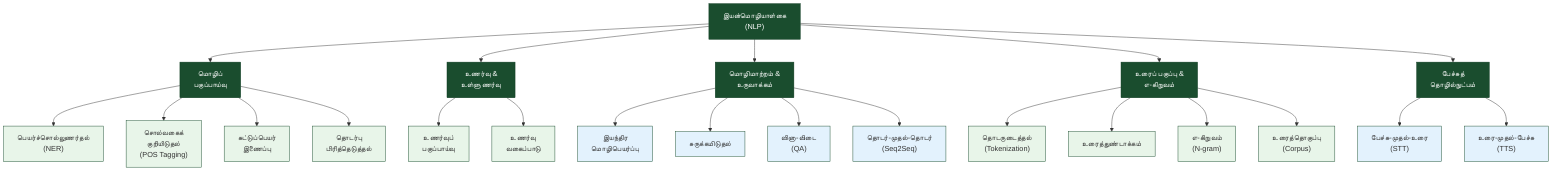
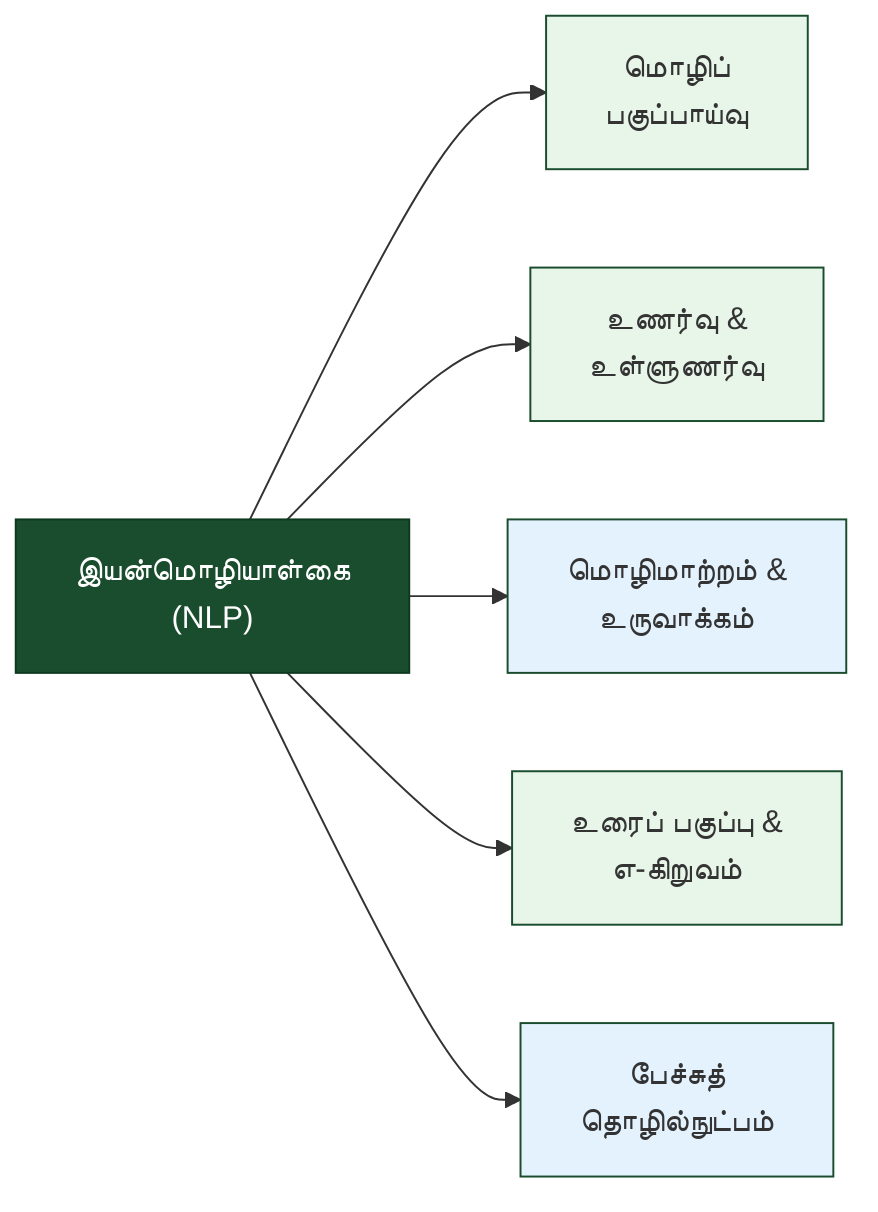
- flowchart TB
+ flowchart LR
    NLP["இயன்மொழியாள்கை<br/>(NLP)"] --> ANALYSIS["மொழிப்<br/>பகுப்பாய்வு"]
    NLP --> SENT["உணர்வு &<br/>உள்ளுணர்வு"]
    NLP --> GEN["மொழிமாற்றம் &<br/>உருவாக்கம்"]
    NLP --> TEXT["உரைப் பகுப்பு &<br/>எ-கிறுவம்"]
    NLP --> SPEECH["பேச்சுத்<br/>தொழில்நுட்பம்"]

-     ANALYSIS --> NER["பெயர்ச்சொல்லுணர்தல்<br/>(NER)"]
-     ANALYSIS --> POS["சொல்வகைக்<br/>குறியிடுதல்<br/>(POS Tagging)"]
-     ANALYSIS --> COREF["சுட்டுப்பெயர்<br/>இணைப்பு"]
-     ANALYSIS --> REL["தொடர்பு<br/>பிரித்தெடுத்தல்"]
- 
-     SENT --> SA["உணர்வுப்<br/>பகுப்பாய்வு"]
-     SENT --> EC["உணர்வு<br/>வகைப்பாடு"]
- 
-     GEN --> MT["இயந்திர<br/>மொழிபெயர்ப்பு"]
-     GEN --> SUM["சுருக்கமிடுதல்"]
-     GEN --> QA["வினா-விடை<br/>(QA)"]
-     GEN --> SEQ["தொடர்-முதல்-தொடர்<br/>(Seq2Seq)"]
- 
-     TEXT --> TOK["தொடருடைத்தல்<br/>(Tokenization)"]
-     TEXT --> CHUNK["உரைத்துண்டாக்கம்"]
-     TEXT --> NGRAM["எ-கிறுவம்<br/>(N-gram)"]
-     TEXT --> CORPUS["உரைத்தொகுப்பு<br/>(Corpus)"]
- 
-     SPEECH --> STT["பேச்சு-முதல்-உரை<br/>(STT)"]
-     SPEECH --> TTS["உரை-முதல்-பேச்சு<br/>(TTS)"]
- 
    style NLP fill:#1a4d2e,stroke:#0d3a1f,color:#fff
-     style ANALYSIS fill:#1a4d2e,stroke:#0d3a1f,color:#fff
-     style SENT fill:#1a4d2e,stroke:#0d3a1f,color:#fff
-     style GEN fill:#1a4d2e,stroke:#0d3a1f,color:#fff
-     style TEXT fill:#1a4d2e,stroke:#0d3a1f,color:#fff
-     style SPEECH fill:#1a4d2e,stroke:#0d3a1f,color:#fff
-     style NER fill:#e8f5e9,stroke:#1a4d2e
-     style POS fill:#e8f5e9,stroke:#1a4d2e
-     style COREF fill:#e8f5e9,stroke:#1a4d2e
-     style REL fill:#e8f5e9,stroke:#1a4d2e
-     style SA fill:#e8f5e9,stroke:#1a4d2e
-     style EC fill:#e8f5e9,stroke:#1a4d2e
-     style MT fill:#e3f2fd,stroke:#1a4d2e
-     style SUM fill:#e3f2fd,stroke:#1a4d2e
-     style QA fill:#e3f2fd,stroke:#1a4d2e
-     style SEQ fill:#e3f2fd,stroke:#1a4d2e
-     style TOK fill:#e8f5e9,stroke:#1a4d2e
-     style CHUNK fill:#e8f5e9,stroke:#1a4d2e
-     style NGRAM fill:#e8f5e9,stroke:#1a4d2e
-     style CORPUS fill:#e8f5e9,stroke:#1a4d2e
-     style STT fill:#e3f2fd,stroke:#1a4d2e
-     style TTS fill:#e3f2fd,stroke:#1a4d2e
+     style ANALYSIS fill:#e8f5e9,stroke:#1a4d2e
+     style SENT fill:#e8f5e9,stroke:#1a4d2e
+     style GEN fill:#e3f2fd,stroke:#1a4d2e
+     style TEXT fill:#e8f5e9,stroke:#1a4d2e
+     style SPEECH fill:#e3f2fd,stroke:#1a4d2e
